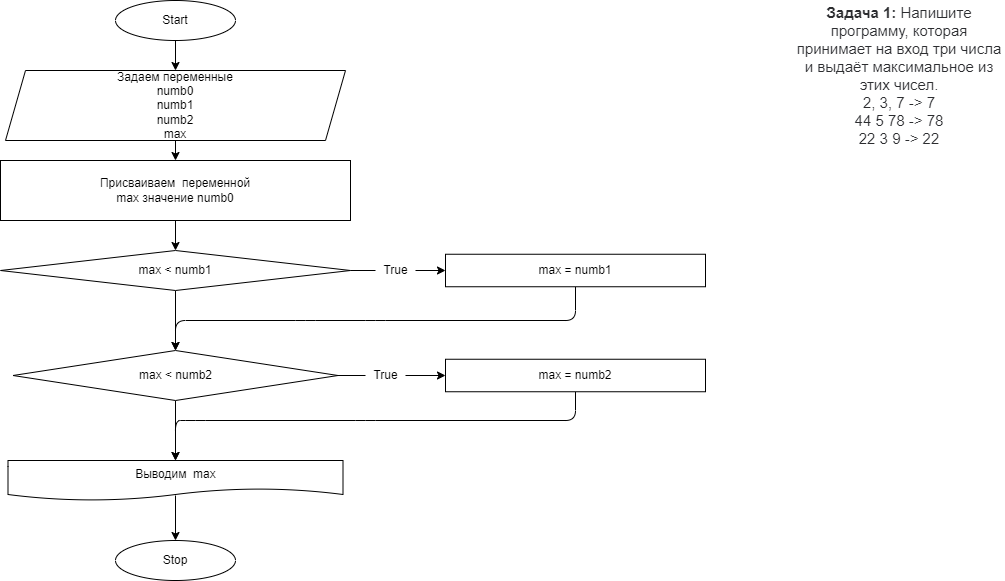
Before: zadacha1/diagram.drawio.png, a diagram exported from draw.io (Kerby22/c_sharp_home_wrk1). Source tidied: cells renumbered, new cells last; positions are measured from the earlier drawing's top-left corner, leaving out a move shared by most shapes.
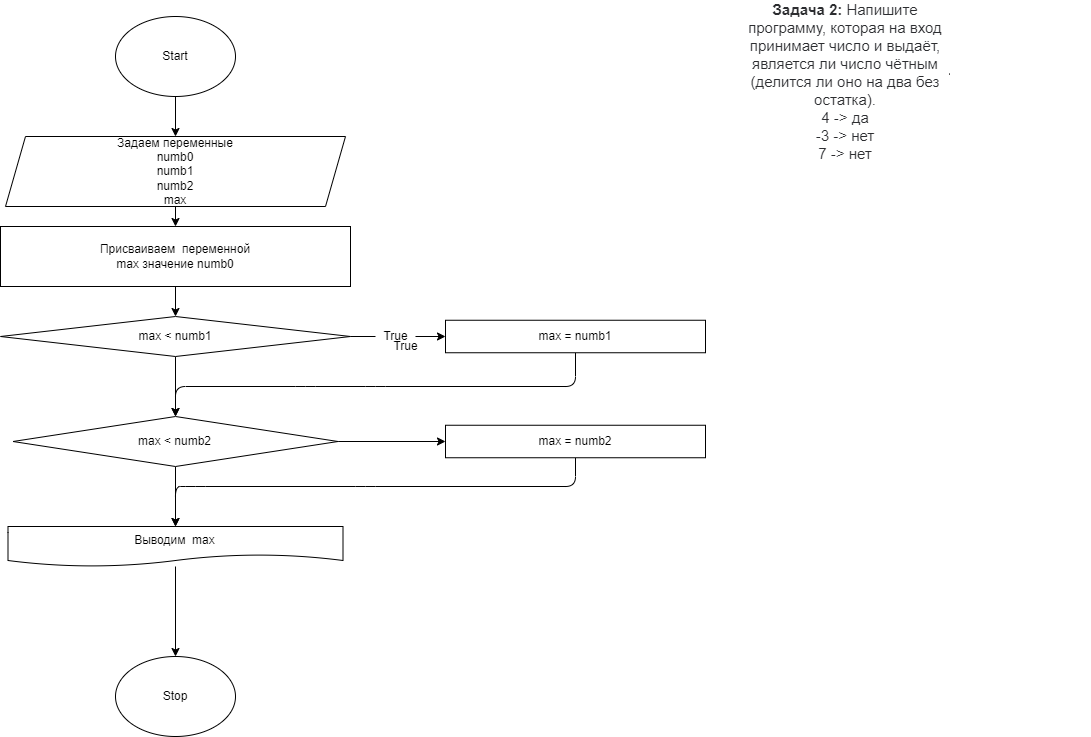
Later version of the same file.

The edit, as a diff of the source:
```diff
@@ -2,17 +2,20 @@
   <root>
     <mxCell id="0" />
     <mxCell id="1" parent="0" />
-    <mxCell id="2" style="edgeStyle=none;html=1;exitX=0.5;exitY=1;exitDx=0;exitDy=0;entryX=0.5;entryY=0;entryDx=0;entryDy=0;" parent="1" edge="1" target="7">
-      <mxGeometry relative="1" as="geometry">
-        <mxPoint x="175" y="120" as="sourcePoint" />
-      </mxGeometry>
-    </mxCell>
-    <mxCell id="3" style="edgeStyle=none;html=1;exitX=0.5;exitY=1;exitDx=0;exitDy=0;entryX=0.5;entryY=0;entryDx=0;entryDy=0;" parent="1" edge="1" source="4" target="5">
-      <mxGeometry relative="1" as="geometry" />
-    </mxCell>
-    <mxCell id="4" value="Start" style="ellipse;whiteSpace=wrap;html=1;" parent="1" vertex="1">
-      <mxGeometry x="115" width="120" height="40" as="geometry" />
-    </mxCell>
+    <mxCell id="26" style="edgeStyle=none;html=1;" parent="1" edge="1" source="24" target="27">
+      <mxGeometry relative="1" as="geometry" />
+    </mxCell>
+    <mxCell id="24" value="&lt;p style=&quot;box-sizing: border-box ; margin: 0px ; color: rgb(44 , 45 , 48) ; font-family: &amp;#34;roboto&amp;#34; , &amp;#34;san francisco&amp;#34; , &amp;#34;helvetica neue&amp;#34; , &amp;#34;helvetica&amp;#34; , &amp;#34;arial&amp;#34; ; font-size: 15px ; background-color: rgb(255 , 255 , 255)&quot;&gt;&lt;br&gt;&lt;/p&gt;" style="text;html=1;strokeColor=none;fillColor=none;align=center;verticalAlign=middle;whiteSpace=wrap;rounded=0;" parent="1" vertex="1">
+      <mxGeometry x="879" y="-10" width="210" height="30" as="geometry" />
+    </mxCell>
+    <mxCell id="27" value="&lt;p style=&quot;box-sizing: border-box ; margin: 0px ; color: rgb(44 , 45 , 48) ; font-family: &amp;#34;roboto&amp;#34; , &amp;#34;san francisco&amp;#34; , &amp;#34;helvetica neue&amp;#34; , &amp;#34;helvetica&amp;#34; , &amp;#34;arial&amp;#34; ; font-size: 15px ; background-color: rgb(255 , 255 , 255)&quot;&gt;&lt;span style=&quot;box-sizing: border-box ; font-weight: 700&quot;&gt;Задача 2:&lt;/span&gt;&amp;nbsp;Напишите программу, которая на вход принимает число и выдаёт, является ли число чётным (делится ли оно на два без остатка).&lt;/p&gt;&lt;p style=&quot;box-sizing: border-box ; margin: 0px ; color: rgb(44 , 45 , 48) ; font-family: &amp;#34;roboto&amp;#34; , &amp;#34;san francisco&amp;#34; , &amp;#34;helvetica neue&amp;#34; , &amp;#34;helvetica&amp;#34; , &amp;#34;arial&amp;#34; ; font-size: 15px ; background-color: rgb(255 , 255 , 255)&quot;&gt;4 -&amp;gt; да&lt;br style=&quot;box-sizing: border-box&quot;&gt;-3 -&amp;gt; нет&lt;br style=&quot;box-sizing: border-box&quot;&gt;7 -&amp;gt; нет&lt;/p&gt;" style="text;html=1;strokeColor=none;fillColor=none;align=center;verticalAlign=middle;whiteSpace=wrap;rounded=0;" parent="1" vertex="1">
+      <mxGeometry x="740" width="210" height="30" as="geometry" />
+    </mxCell>
+    <mxCell id="28" style="edgeStyle=none;html=1;exitX=0.5;exitY=1;exitDx=0;exitDy=0;entryX=0.5;entryY=0;entryDx=0;entryDy=0;" parent="1" edge="1" target="7">
+      <mxGeometry relative="1" as="geometry">
+        <mxPoint x="175" y="120" as="sourcePoint" />
+      </mxGeometry>
+    </mxCell>
     <mxCell id="5" value="&lt;span&gt;Задаем переменные&lt;/span&gt;&lt;br&gt;&lt;span&gt;numb0&lt;/span&gt;&lt;br&gt;&lt;span&gt;numb1&lt;/span&gt;&lt;br&gt;&lt;span&gt;numb2&lt;/span&gt;&lt;br&gt;&lt;span&gt;max&lt;/span&gt;" style="shape=parallelogram;perimeter=parallelogramPerimeter;whiteSpace=wrap;html=1;fixedSize=1;" parent="1" vertex="1">
       <mxGeometry x="5" y="70" width="340" height="70" as="geometry" />
     </mxCell>
@@ -22,14 +25,14 @@
     <mxCell id="7" value="Присваиваем&amp;nbsp; переменной&lt;br&gt;max значение numb0" style="rounded=0;whiteSpace=wrap;html=1;" parent="1" vertex="1">
       <mxGeometry y="160" width="350" height="60" as="geometry" />
     </mxCell>
-    <mxCell id="8" style="edgeStyle=none;html=1;exitX=1;exitY=0.5;exitDx=0;exitDy=0;entryX=0;entryY=0.5;entryDx=0;entryDy=0;startArrow=none;" parent="1" edge="1" source="16" target="12">
-      <mxGeometry relative="1" as="geometry" />
-    </mxCell>
-    <mxCell id="9" style="edgeStyle=none;html=1;exitX=0.5;exitY=1;exitDx=0;exitDy=0;" parent="1" edge="1" source="10">
-      <mxGeometry relative="1" as="geometry">
-        <mxPoint x="175" y="350" as="targetPoint" />
-      </mxGeometry>
-    </mxCell>
+    <mxCell id="29" style="edgeStyle=none;html=1;exitX=1;exitY=0.5;exitDx=0;exitDy=0;entryX=0;entryY=0.5;entryDx=0;entryDy=0;startArrow=none;" parent="1" edge="1" source="32" target="12">
+      <mxGeometry relative="1" as="geometry" />
+    </mxCell>
+    <mxCell id="30" style="edgeStyle=none;html=1;exitX=0.5;exitY=1;exitDx=0;exitDy=0;" parent="1" edge="1" source="10">
+      <mxGeometry relative="1" as="geometry">
+        <mxPoint x="175" y="350" as="targetPoint" />
+      </mxGeometry>
+    </mxCell>
     <mxCell id="10" value="max &amp;lt; numb1" style="rhombus;whiteSpace=wrap;html=1;" parent="1" vertex="1">
       <mxGeometry y="250" width="350" height="40" as="geometry" />
     </mxCell>
@@ -49,19 +52,19 @@
     <mxCell id="13" style="edgeStyle=none;html=1;exitX=0.5;exitY=1;exitDx=0;exitDy=0;entryX=0.5;entryY=0;entryDx=0;entryDy=0;" parent="1" edge="1" source="15" target="19">
       <mxGeometry relative="1" as="geometry" />
     </mxCell>
-    <mxCell id="14" style="edgeStyle=none;html=1;entryX=0;entryY=0.5;entryDx=0;entryDy=0;startArrow=none;" parent="1" edge="1" source="22" target="21">
-      <mxGeometry relative="1" as="geometry" />
-    </mxCell>
+    <mxCell id="31" style="edgeStyle=none;html=1;entryX=0;entryY=0.5;entryDx=0;entryDy=0;" parent="1" edge="1" source="15" target="21">
+      <mxGeometry relative="1" as="geometry" />
+    </mxCell>
     <mxCell id="15" value="&lt;span&gt;max &amp;lt; numb2&lt;/span&gt;" style="rhombus;whiteSpace=wrap;html=1;" parent="1" vertex="1">
       <mxGeometry x="12.5" y="350" width="325" height="50" as="geometry" />
     </mxCell>
-    <mxCell id="16" value="True" style="text;html=1;align=center;verticalAlign=middle;points=[];strokeColor=none;fillColor=none;" parent="1" vertex="1">
-      <mxGeometry x="375" y="260" width="40" height="20" as="geometry" />
-    </mxCell>
-    <mxCell id="17" style="edgeStyle=none;html=1;exitX=1;exitY=0.5;exitDx=0;exitDy=0;entryX=0;entryY=0.5;entryDx=0;entryDy=0;endArrow=none;" parent="1" edge="1" source="10" target="16">
-      <mxGeometry relative="1" as="geometry" />
-    </mxCell>
+    <mxCell id="32" value="True" style="text;html=1;align=center;verticalAlign=middle;points=[];strokeColor=none;fillColor=none;" parent="1" vertex="1">
+      <mxGeometry x="375" y="260" width="40" height="20" as="geometry" />
+    </mxCell>
+    <mxCell id="33" style="edgeStyle=none;html=1;exitX=1;exitY=0.5;exitDx=0;exitDy=0;entryX=0;entryY=0.5;entryDx=0;entryDy=0;endArrow=none;" parent="1" edge="1" source="10" target="32">
+      <mxGeometry relative="1" as="geometry" />
+    </mxCell>
-    <mxCell id="18" style="edgeStyle=none;html=1;exitX=0.5;exitY=0.875;exitDx=0;exitDy=0;exitPerimeter=0;" parent="1" edge="1" source="19" target="25">
+    <mxCell id="18" style="edgeStyle=none;html=1;entryX=0.5;entryY=0;entryDx=0;entryDy=0;" parent="1" edge="1" source="19" target="25">
       <mxGeometry relative="1" as="geometry" />
     </mxCell>
     <mxCell id="19" value="Выводим&amp;nbsp; max" style="shape=document;whiteSpace=wrap;html=1;boundedLbl=1;" parent="1" vertex="1">
@@ -80,17 +83,17 @@
     <mxCell id="21" value="max = numb2" style="rounded=0;whiteSpace=wrap;html=1;" parent="1" vertex="1">
       <mxGeometry x="445" y="358.8" width="260" height="32.5" as="geometry" />
     </mxCell>
-    <mxCell id="22" value="True" style="text;html=1;align=center;verticalAlign=middle;points=[];strokeColor=none;fillColor=none;" parent="1" vertex="1">
-      <mxGeometry x="365" y="365" width="40" height="20" as="geometry" />
-    </mxCell>
-    <mxCell id="23" style="edgeStyle=none;html=1;entryX=0;entryY=0.5;entryDx=0;entryDy=0;endArrow=none;" parent="1" edge="1" source="15" target="22">
-      <mxGeometry relative="1" as="geometry" />
-    </mxCell>
-    <mxCell id="24" value="&lt;p style=&quot;box-sizing: border-box ; margin: 0px ; color: rgb(44 , 45 , 48) ; font-family: &amp;#34;roboto&amp;#34; , &amp;#34;san francisco&amp;#34; , &amp;#34;helvetica neue&amp;#34; , &amp;#34;helvetica&amp;#34; , &amp;#34;arial&amp;#34; ; font-size: 15px ; background-color: rgb(255 , 255 , 255)&quot;&gt;&lt;span style=&quot;box-sizing: border-box ; font-weight: 700&quot;&gt;Задача 1:&lt;/span&gt;&amp;nbsp;Напишите программу, которая принимает на вход три числа и выдаёт максимальное из этих чисел.&lt;/p&gt;&lt;p style=&quot;box-sizing: border-box ; margin: 0px ; color: rgb(44 , 45 , 48) ; font-family: &amp;#34;roboto&amp;#34; , &amp;#34;san francisco&amp;#34; , &amp;#34;helvetica neue&amp;#34; , &amp;#34;helvetica&amp;#34; , &amp;#34;arial&amp;#34; ; font-size: 15px ; background-color: rgb(255 , 255 , 255)&quot;&gt;2, 3, 7 -&amp;gt; 7&lt;br style=&quot;box-sizing: border-box&quot;&gt;44 5 78 -&amp;gt; 78&lt;br style=&quot;box-sizing: border-box&quot;&gt;22 3 9 -&amp;gt; 22&lt;/p&gt;" style="text;html=1;strokeColor=none;fillColor=none;align=center;verticalAlign=middle;whiteSpace=wrap;rounded=0;" parent="1" vertex="1">
-      <mxGeometry x="794" y="60" width="210" height="30" as="geometry" />
-    </mxCell>
+    <mxCell id="34" value="True" style="text;html=1;align=center;verticalAlign=middle;strokeColor=none;fillColor=none;" parent="1" vertex="1">
+      <mxGeometry x="385" y="270" width="40" height="20" as="geometry" />
+    </mxCell>
+    <mxCell id="3" style="edgeStyle=none;html=1;exitX=0.5;exitY=1;exitDx=0;exitDy=0;entryX=0.5;entryY=0;entryDx=0;entryDy=0;" parent="1" edge="1" source="4" target="5">
+      <mxGeometry relative="1" as="geometry" />
+    </mxCell>
+    <mxCell id="4" value="Start" style="ellipse;whiteSpace=wrap;html=1;" parent="1" vertex="1">
+      <mxGeometry x="115" y="-50" width="120" height="80" as="geometry" />
+    </mxCell>
     <mxCell id="25" value="Stop" style="ellipse;whiteSpace=wrap;html=1;" parent="1" vertex="1">
-      <mxGeometry x="115" y="540" width="120" height="40" as="geometry" />
+      <mxGeometry x="115" y="590" width="120" height="80" as="geometry" />
     </mxCell>
   </root>
 </mxGraphModel>
```
